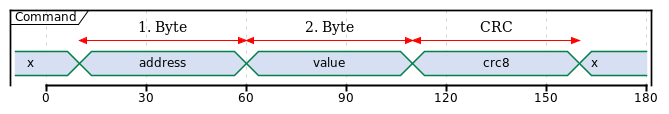
Earlier version of the PlantUML export documents/images/command.png (pimium/pic16f54-asm-7-segments-display).
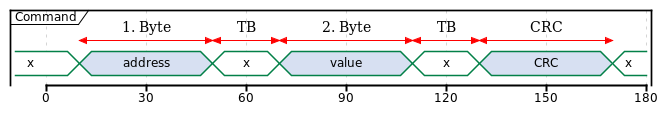
The same diagram one commit later.

What changed in the source:
```diff
@@ -1,7 +1,7 @@
 @startuml
 concise "Command" as db
 
-db is x
+db is x #Slate
 
 scale 30 as 100 pixels
 
@@ -10,18 +10,29 @@
 @+10
 db is address
 @db
-@+0 <-> @+50 : 1. Byte
+@+0 <-> @+40 : 1. Byte
 
-@+50
+@+40
+db is x #Slate
+@db
+@+0 <-> @+20 : TB
+
+@+20
 db is value
 @db
-@+0 <-> @+50 : 2. Byte
+@+0 <-> @+40 : 2. Byte
 
-@+50
-db is crc8
+@+40
+db is x #Slate
 @db
-@+0 <-> @+50 : CRC
+@+0 <-> @+20 : TB
 
-@+50
-db is x
+@+20
+db is CRC
+@db
+@+0 <-> @+40 : CRC
+
+@+40
+db is x #Slate
+
 @enduml
```
